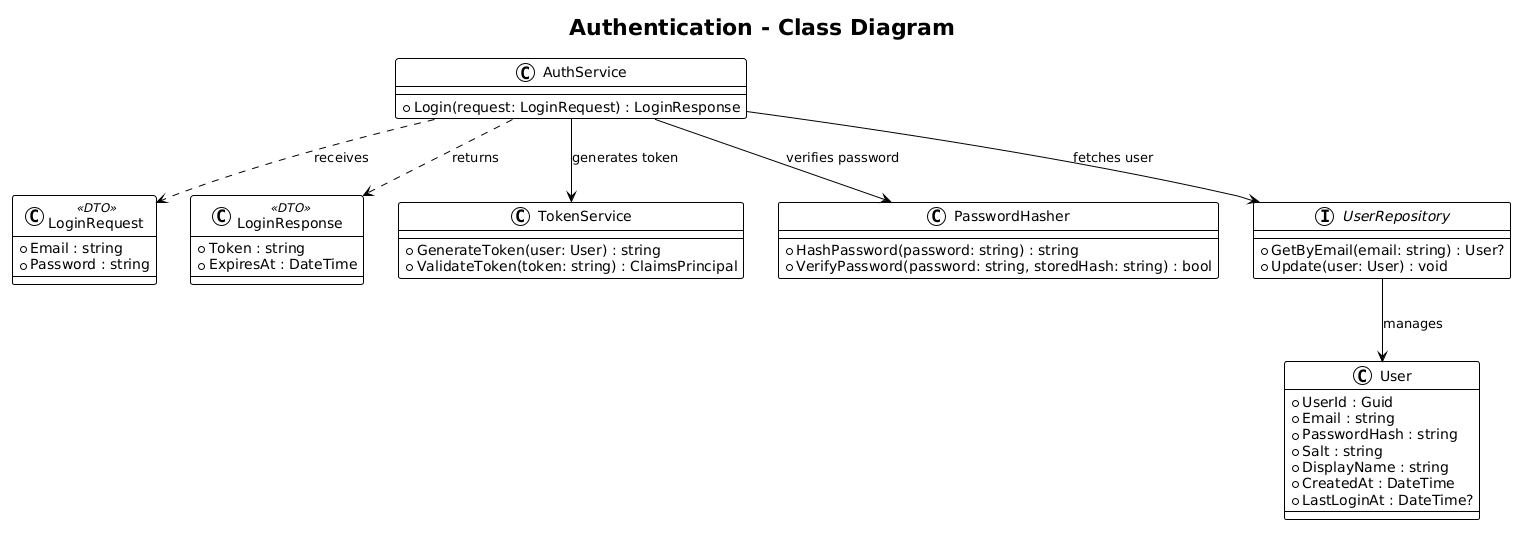
This is docs/detailed-designs/01-authentication/diagrams/class_diagram.png from QuinntyneBrown/Blog, a PlantUML export, as it was before one commit. Source of this version:
```plantuml
@startuml
!theme plain

title Authentication - Class Diagram

class User {
    +UserId : Guid
    +Email : string
    +PasswordHash : string
    +Salt : string
    +DisplayName : string
    +CreatedAt : DateTime
    +LastLoginAt : DateTime?
}

class LoginRequest <<DTO>> {
    +Email : string
    +Password : string
}

class LoginResponse <<DTO>> {
    +Token : string
    +ExpiresAt : DateTime
}

class AuthService {
    +Login(request: LoginRequest) : LoginResponse
}

class TokenService {
    +GenerateToken(user: User) : string
    +ValidateToken(token: string) : ClaimsPrincipal
}

class PasswordHasher {
    +HashPassword(password: string) : string
    +VerifyPassword(password: string, storedHash: string) : bool
}

AuthService --> UserRepository : fetches user
AuthService --> PasswordHasher : verifies password
AuthService --> TokenService : generates token
AuthService ..> LoginRequest : receives
AuthService ..> LoginResponse : returns

interface UserRepository {
    +GetByEmail(email: string) : User?
    +Update(user: User) : void
}

UserRepository --> User : manages
@enduml
```
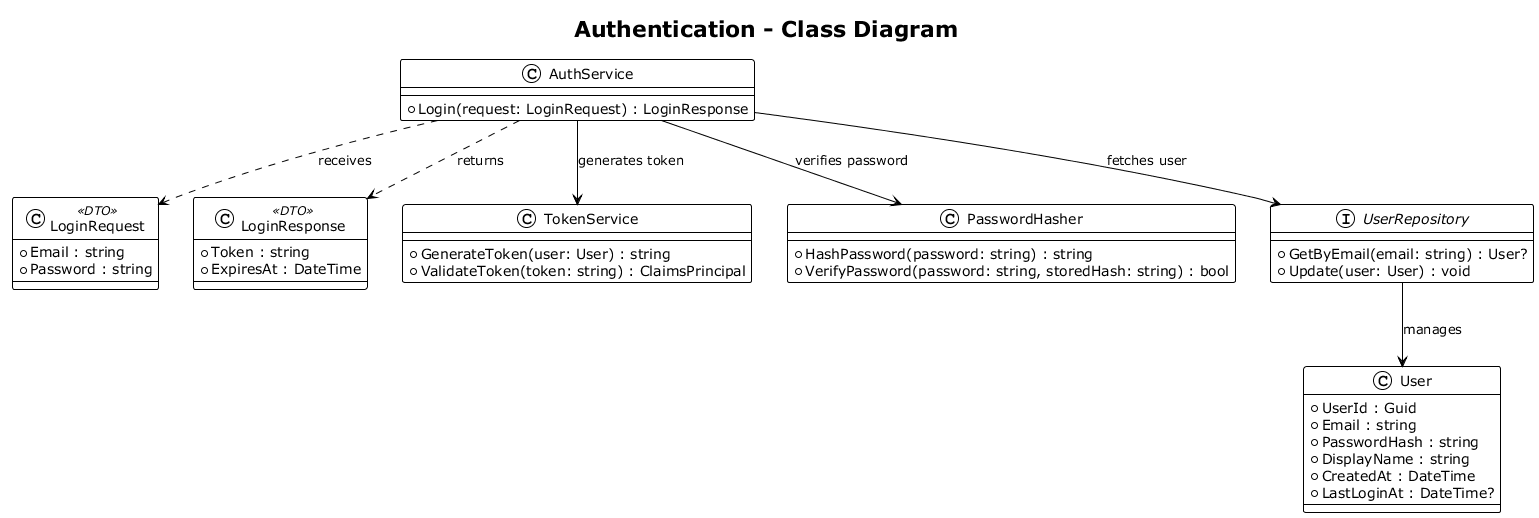
The same file after the commit.

The edit, as a diff of the source:
```diff
@@ -1,4 +1,4 @@
-@startuml
+@startuml class_diagram
 !theme plain
 
 title Authentication - Class Diagram
@@ -7,7 +7,6 @@
     +UserId : Guid
     +Email : string
     +PasswordHash : string
-    +Salt : string
     +DisplayName : string
     +CreatedAt : DateTime
     +LastLoginAt : DateTime?
@@ -49,4 +48,5 @@
 }
 
 UserRepository --> User : manages
+
 @enduml
```
